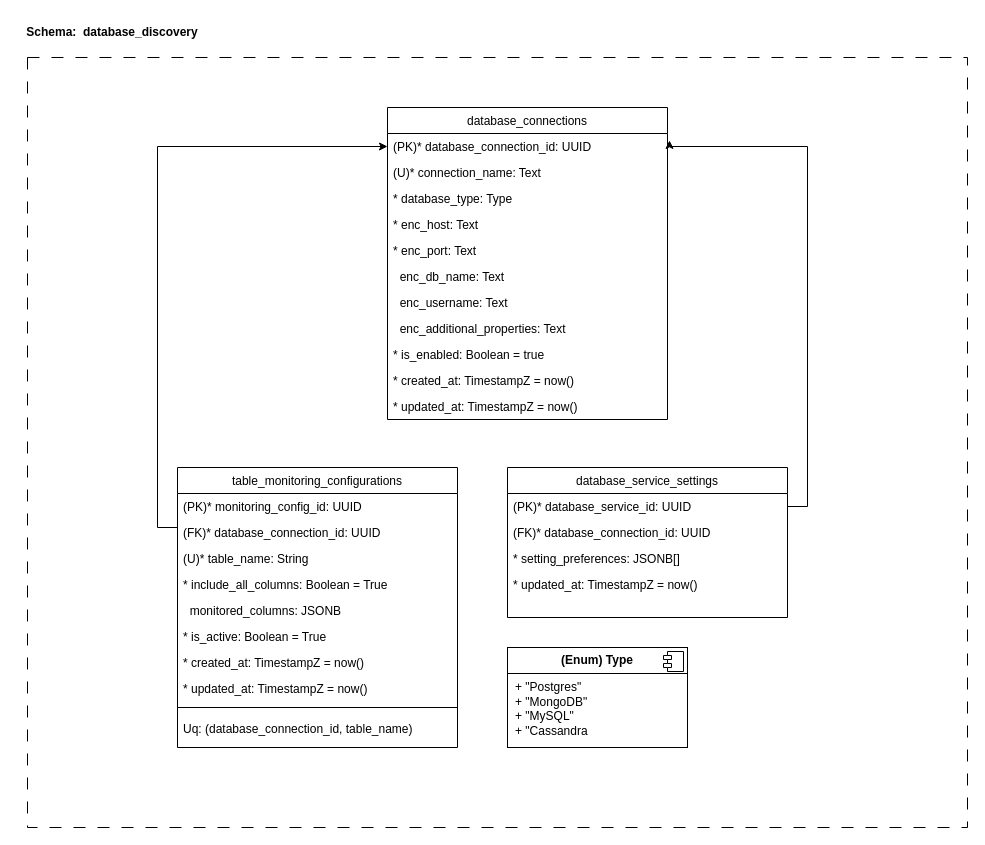
The draw.io diagram diagrams/Data.drawio in usepaladin/event-discovery-database, before the edit. Source tidied: cells renumbered, new cells numbered last; positions are measured from the earlier drawing's top-left corner, leaving out a move shared by most shapes. Both pictures are drawn from the tidied source at 100%, with x=0, y=0 at pixel (17, 17).
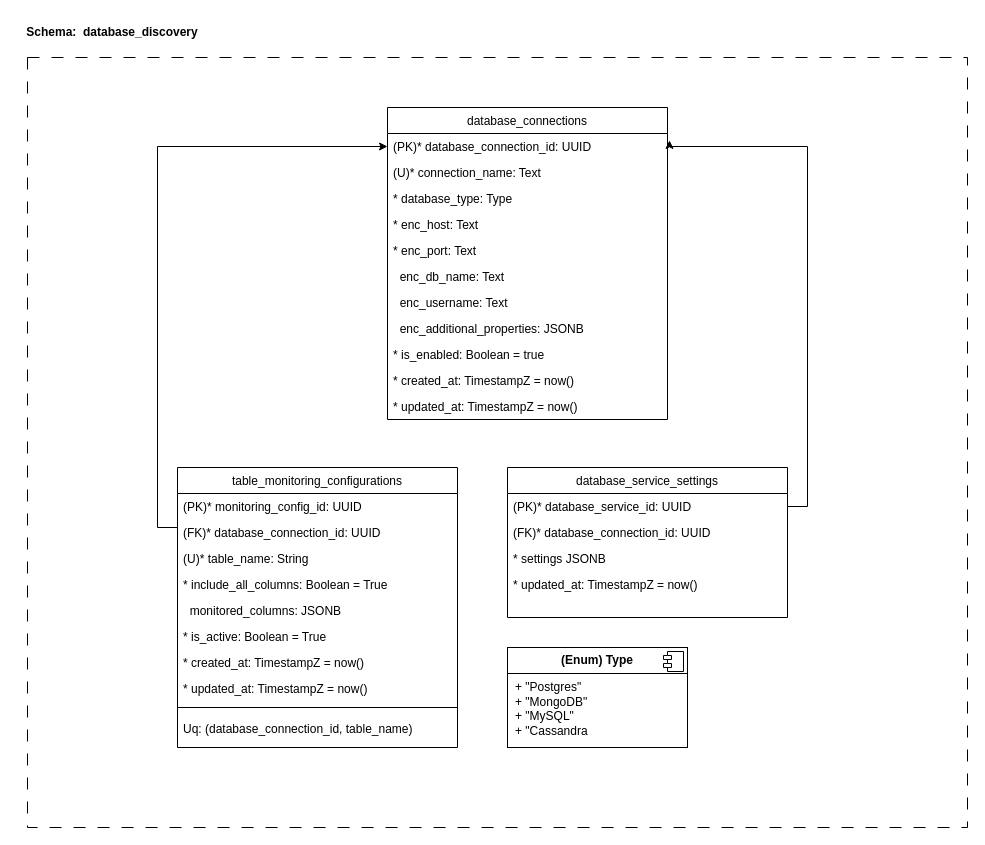
The same diagram, later.

The change refers to these unchanged cells:
```xml
<mxCell id="3" value="database_connections" style="swimlane;fontStyle=0;align=center;verticalAlign=top;horizontal=1;startSize=26;rounded=0;shadow=0;strokeWidth=1;" parent="1" vertex="1">
  <mxGeometry x="370" y="90" width="280" height="312" as="geometry" />
</mxCell>
<mxCell id="29" value="database_service_settings" style="swimlane;fontStyle=0;align=center;verticalAlign=top;horizontal=1;startSize=26;rounded=0;shadow=0;strokeWidth=1;" parent="1" vertex="1">
  <mxGeometry x="490" y="450" width="280" height="150" as="geometry" />
</mxCell>
```

The edit, as a diff of the source:
```diff
@@
-    <mxCell id="11" value="  enc_additional_properties: Text" style="text;align=left;verticalAlign=top;spacingLeft=4;spacingRight=4;overflow=hidden;rounded=0;shadow=0;html=0;" parent="3" vertex="1">
+    <mxCell id="11" value="  enc_additional_properties: JSONB" style="text;align=left;verticalAlign=top;spacingLeft=4;spacingRight=4;overflow=hidden;rounded=0;shadow=0;html=0;" parent="3" vertex="1">
       <mxGeometry y="208" width="280" height="26" as="geometry" />
     </mxCell>
@@
-    <mxCell id="32" value="* setting_preferences: JSONB[]" style="text;align=left;verticalAlign=top;spacingLeft=4;spacingRight=4;overflow=hidden;rounded=0;shadow=0;html=0;" parent="29" vertex="1">
+    <mxCell id="32" value="* settings JSONB" style="text;align=left;verticalAlign=top;spacingLeft=4;spacingRight=4;overflow=hidden;rounded=0;shadow=0;html=0;" parent="29" vertex="1">
       <mxGeometry y="78" width="280" height="26" as="geometry" />
     </mxCell>
```
